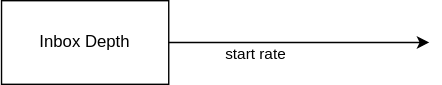
This is diagram2.svg from gjaimeosorio/compulab_test, a draw.io export, as it was before one commit. Source tidied: cells renumbered, new cells last; positions are measured from the earlier drawing's top-left corner, leaving out a move shared by most shapes.
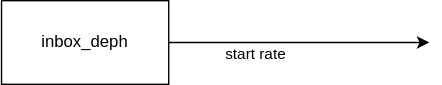
The same file after the commit.

The edit, as a diff of the source:
```diff
@@ -2,7 +2,7 @@
   <root>
     <mxCell id="0" />
     <mxCell id="1" parent="0" />
-    <mxCell id="2" value="Inbox Depth" style="rounded=0;whiteSpace=wrap;html=1;" parent="1" vertex="1">
+    <mxCell id="2" value="inbox_deph" style="rounded=0;whiteSpace=wrap;html=1;" parent="1" vertex="1">
       <mxGeometry width="120" height="60" as="geometry" />
     </mxCell>
     <mxCell id="3" style="endArrow=classic;html=1;rounded=0;exitX=1;exitY=0.5;exitDx=0;exitDy=0;entryX=0;entryY=0.5;entryDx=0;entryDy=0;" parent="1" edge="1" source="2">
```
